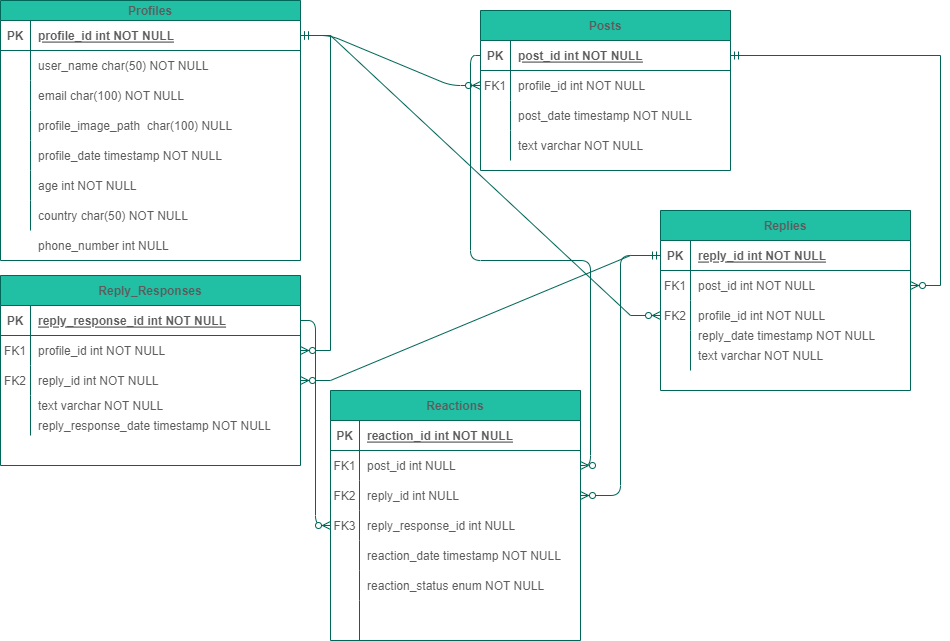
Earlier version of the draw.io export database.drawio.png (Mohammed-ALmasry/ERD_databases). Source tidied: cells renumbered, new cells last; positions are measured from the earlier drawing's top-left corner, leaving out a move shared by most shapes.
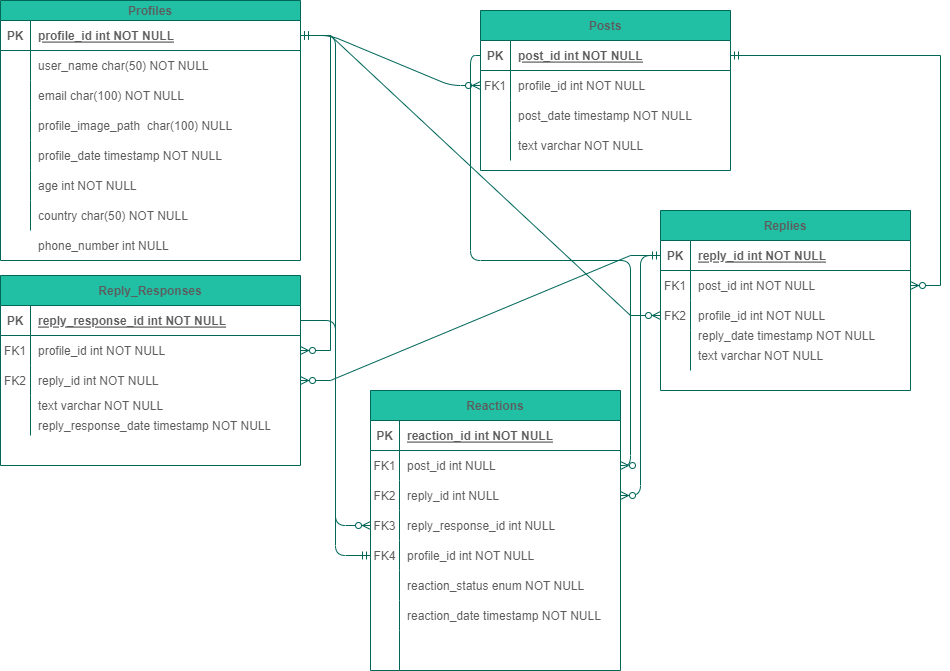
Above is the later version.

Commit message:
Update Entity Relations in database.drawio.png

The edit, as a diff of the source:
```diff
@@ -225,7 +225,7 @@
       <mxGeometry relative="1" as="geometry" />
     </mxCell>
     <mxCell id="76" value="Reactions" style="shape=table;startSize=30;rowLines=0;fontStyle=1;align=center;fillColor=#21C0A5;strokeColor=#006658;fontColor=#5C5C5C;" parent="1" vertex="1">
-      <mxGeometry x="330" y="390" width="250" height="250" as="geometry" />
+      <mxGeometry x="370" y="390" width="250" height="280" as="geometry" />
     </mxCell>
     <mxCell id="77" style="shape=partialRectangle;fillColor=none;top=0;left=0;right=0;bottom=1;strokeColor=#006658;fontColor=#5C5C5C;" parent="76" vertex="1">
       <mxGeometry y="30" width="250" height="30" as="geometry" />
@@ -263,8 +263,26 @@
     <mxCell id="88" value="reply_response_id int NULL" style="shape=partialRectangle;overflow=hidden;fillColor=none;top=0;left=0;bottom=0;right=0;align=left;spacingLeft=6;strokeColor=#006658;fontColor=#5C5C5C;" parent="86" vertex="1">
       <mxGeometry x="29" width="221" height="30" as="geometry" />
     </mxCell>
+    <mxCell id="101" style="shape=partialRectangle;fillColor=none;points=[[0,0.5],[1,0.5]];portConstraint=eastwest;top=0;left=0;right=0;bottom=0;strokeColor=#006658;fontColor=#5C5C5C;" parent="76" vertex="1">
+      <mxGeometry y="150" width="250" height="30" as="geometry" />
+    </mxCell>
+    <mxCell id="102" value="FK4" style="shape=partialRectangle;overflow=hidden;fillColor=none;top=0;left=0;bottom=0;right=0;strokeColor=#006658;fontColor=#5C5C5C;" parent="101" vertex="1">
+      <mxGeometry width="29" height="30" as="geometry" />
+    </mxCell>
+    <mxCell id="103" value="profile_id int NOT NULL" style="shape=partialRectangle;overflow=hidden;fillColor=none;top=0;left=0;bottom=0;right=0;align=left;spacingLeft=6;strokeColor=#006658;fontColor=#5C5C5C;" parent="101" vertex="1">
+      <mxGeometry x="29" width="221" height="30" as="geometry" />
+    </mxCell>
+    <mxCell id="92" style="shape=partialRectangle;fillColor=none;top=0;left=0;right=0;bottom=0;strokeColor=#006658;fontColor=#5C5C5C;" parent="76" vertex="1">
+      <mxGeometry y="180" width="250" height="30" as="geometry" />
+    </mxCell>
+    <mxCell id="93" style="shape=partialRectangle;overflow=hidden;fillColor=none;top=0;left=0;bottom=0;right=0;strokeColor=#006658;fontColor=#5C5C5C;" parent="92" vertex="1">
+      <mxGeometry width="29" height="30" as="geometry" />
+    </mxCell>
+    <mxCell id="94" value="reaction_status enum NOT NULL" style="shape=partialRectangle;overflow=hidden;fillColor=none;top=0;left=0;bottom=0;right=0;align=left;spacingLeft=6;strokeColor=#006658;fontColor=#5C5C5C;" parent="92" vertex="1">
+      <mxGeometry x="29" width="221" height="30" as="geometry" />
+    </mxCell>
     <mxCell id="89" style="shape=partialRectangle;fillColor=none;top=0;left=0;right=0;bottom=0;strokeColor=#006658;fontColor=#5C5C5C;" parent="76" vertex="1">
-      <mxGeometry y="150" width="250" height="30" as="geometry" />
+      <mxGeometry y="210" width="250" height="30" as="geometry" />
     </mxCell>
     <mxCell id="90" style="shape=partialRectangle;overflow=hidden;fillColor=none;top=0;left=0;bottom=0;right=0;strokeColor=#006658;fontColor=#5C5C5C;" parent="89" vertex="1">
       <mxGeometry width="29" height="30" as="geometry" />
@@ -272,17 +290,8 @@
     <mxCell id="91" value="reaction_date timestamp NOT NULL" style="shape=partialRectangle;overflow=hidden;fillColor=none;top=0;left=0;bottom=0;right=0;align=left;spacingLeft=6;strokeColor=#006658;fontColor=#5C5C5C;" parent="89" vertex="1">
       <mxGeometry x="29" width="221" height="30" as="geometry" />
     </mxCell>
-    <mxCell id="92" style="shape=partialRectangle;fillColor=none;top=0;left=0;right=0;bottom=0;strokeColor=#006658;fontColor=#5C5C5C;" parent="76" vertex="1">
-      <mxGeometry y="180" width="250" height="30" as="geometry" />
-    </mxCell>
-    <mxCell id="93" style="shape=partialRectangle;overflow=hidden;fillColor=none;top=0;left=0;bottom=0;right=0;strokeColor=#006658;fontColor=#5C5C5C;" parent="92" vertex="1">
-      <mxGeometry width="29" height="30" as="geometry" />
-    </mxCell>
-    <mxCell id="94" value="reaction_status enum NOT NULL" style="shape=partialRectangle;overflow=hidden;fillColor=none;top=0;left=0;bottom=0;right=0;align=left;spacingLeft=6;strokeColor=#006658;fontColor=#5C5C5C;" parent="92" vertex="1">
-      <mxGeometry x="29" width="221" height="30" as="geometry" />
-    </mxCell>
     <mxCell id="95" style="shape=partialRectangle;fillColor=none;top=0;left=0;right=0;bottom=0;strokeColor=#006658;fontColor=#5C5C5C;" parent="76" vertex="1">
-      <mxGeometry y="210" width="250" height="40" as="geometry" />
+      <mxGeometry y="240" width="250" height="40" as="geometry" />
     </mxCell>
     <mxCell id="96" style="shape=partialRectangle;overflow=hidden;fillColor=none;top=0;left=0;bottom=0;right=0;strokeColor=#006658;fontColor=#5C5C5C;" parent="95" vertex="1">
       <mxGeometry width="29" height="40" as="geometry" />
@@ -299,5 +308,8 @@
     <mxCell id="100" style="edgeStyle=orthogonalEdgeStyle;fontSize=11;html=1;endArrow=ERzeroToMany;endFill=1;fontFamily=Helvetica;fontColor=#5C5C5C;align=center;strokeColor=#006658;fillColor=#21C0A5;" parent="1" edge="1" source="4" target="80">
       <mxGeometry relative="1" as="geometry" />
     </mxCell>
+    <mxCell id="104" style="edgeStyle=orthogonalEdgeStyle;fontSize=11;html=1;endArrow=ERmandOne;startArrow=ERmandOne;fontFamily=Helvetica;fontColor=#5C5C5C;align=center;strokeColor=#006658;fillColor=#21C0A5;" parent="1" edge="1" source="30" target="101">
+      <mxGeometry relative="1" as="geometry" />
+    </mxCell>
   </root>
 </mxGraphModel>
```
